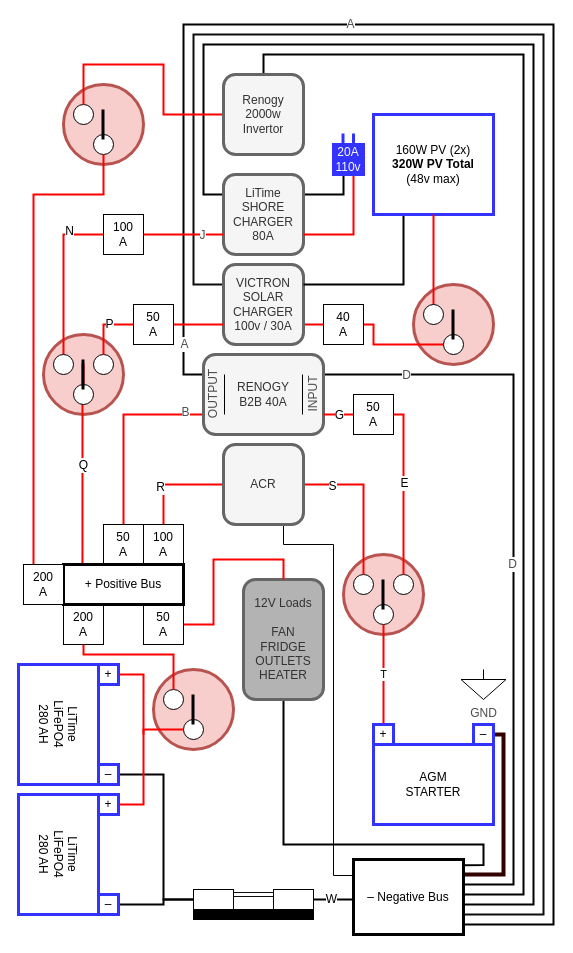
Before: electrical-diagram.drawio in michael-collins/12v, a draw.io diagram. Source tidied: cells renumbered, new cells numbered last; positions are measured from the earlier drawing's top-left corner, leaving out a move shared by most shapes. Both pictures are drawn from the tidied source at 100%, with x=0, y=0 at pixel (-2, 24).
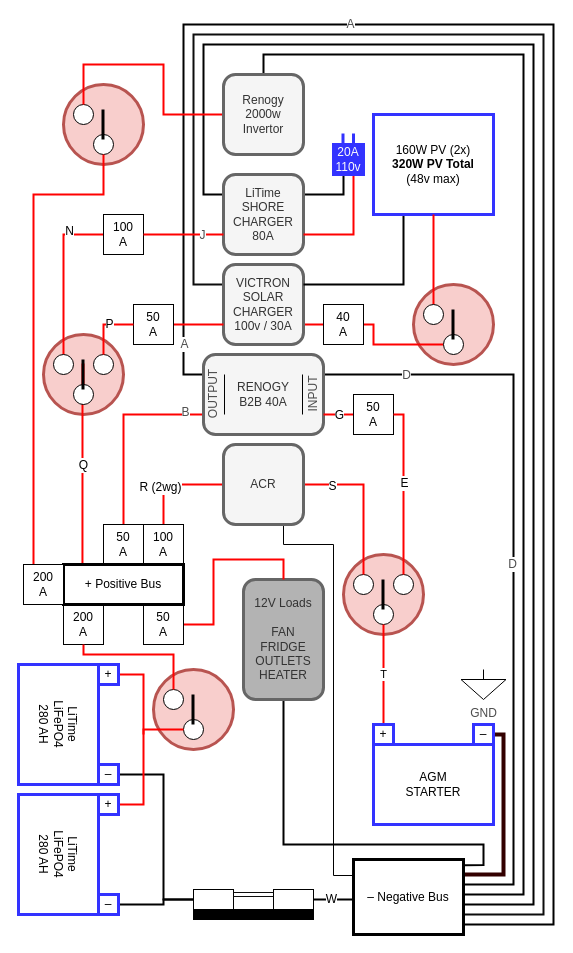
The same diagram, later.

The change refers to these unchanged cells:
```xml
<mxCell id="23" style="edgeStyle=orthogonalEdgeStyle;rounded=0;jettySize=auto;html=1;endArrow=none;endFill=0;strokeColor=#FF0000;entryX=0.5;entryY=0;entryDx=0;entryDy=0;strokeWidth=2;" parent="1" edge="1" source="26" target="58">
  <mxGeometry relative="1" as="geometry">
    <Array as="points">
      <mxPoint x="165" y="460" />
    </Array>
  </mxGeometry>
</mxCell>
```

What changed in the source:
```diff
@@
-    <mxCell id="24" value="R" style="text;html=1;align=center;verticalAlign=middle;labelBackgroundColor=#ffffff;" parent="23" vertex="1">
+    <mxCell id="24" value="R (2wg)" style="text;html=1;align=center;verticalAlign=middle;labelBackgroundColor=#ffffff;" parent="23" vertex="1">
       <mxGeometry x="0.24" y="-4" relative="1" as="geometry" />
     </mxCell>
```
